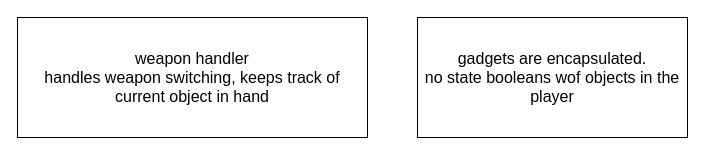
Above: page "Seite-9" (9 of 9) of Flowcharts&Diagrams.drawio in SockSteve/IAmUsingForce (draw.io), before the change. Source tidied: cells renumbered, new cells numbered last; positions are measured from the earlier drawing's top-left corner, leaving out a move shared by most shapes. Both pictures are drawn from the tidied source at 100%, with x=0, y=0 at pixel (17, 17).
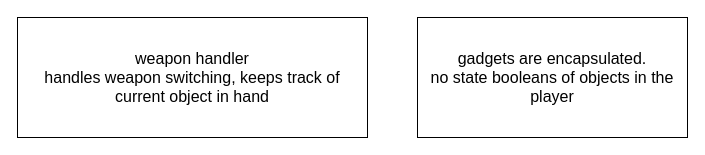
The same page after the edit.

The edit, as a diff of the source:
```diff
@@
 <mxGraphModel>
   <root>
     <mxCell id="0" />
     <mxCell id="1" parent="0" />
     <mxCell id="2" value="weapon handler&lt;br&gt;handles weapon switching, keeps track of current object in hand" style="rounded=0;whiteSpace=wrap;html=1;fontSize=16;" parent="1" vertex="1">
       <mxGeometry width="350" height="120" as="geometry" />
     </mxCell>
-    <mxCell id="3" value="gadgets are encapsulated.&lt;br&gt;no state booleans wof objects in the player" style="rounded=0;whiteSpace=wrap;html=1;fontSize=16;" parent="1" vertex="1">
+    <mxCell id="3" value="gadgets are encapsulated.&lt;br&gt;no state booleans of objects in the player" style="rounded=0;whiteSpace=wrap;html=1;fontSize=16;" parent="1" vertex="1">
       <mxGeometry x="400" width="270" height="120" as="geometry" />
     </mxCell>
   </root>
 </mxGraphModel>
```
